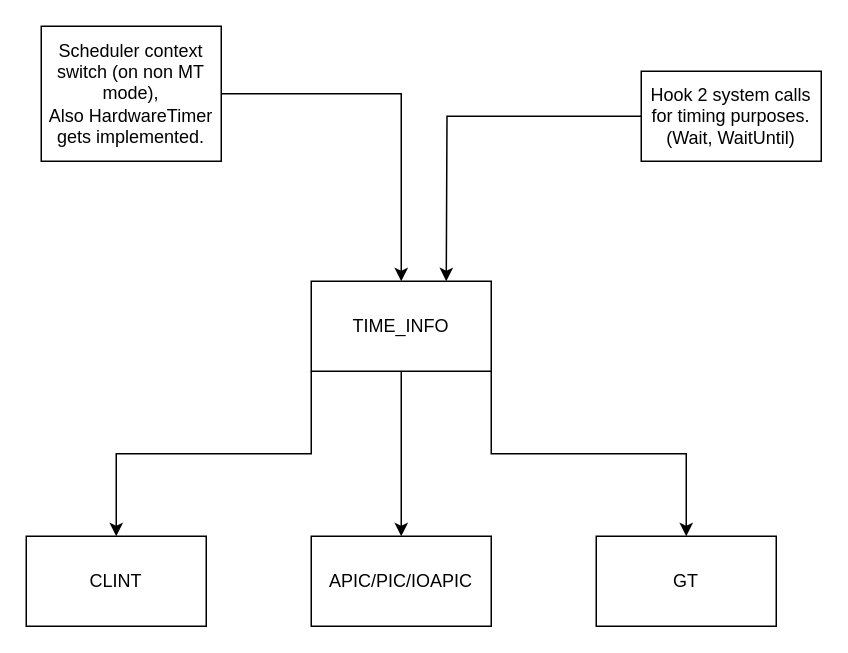
Above: doc/OS-Timer-Architecture.drawio in nekernel-org/nekernel (draw.io), before the change. Source tidied: cells renumbered, new cells numbered last; positions are measured from the earlier drawing's top-left corner, leaving out a move shared by most shapes. Both pictures are drawn from the tidied source at 150%, with x=0, y=0 at pixel (26, 26).
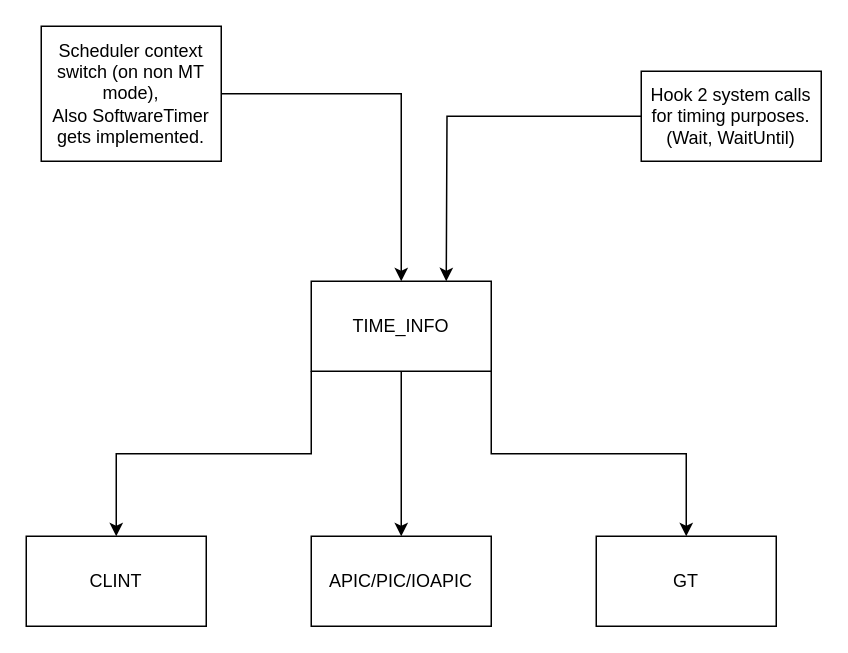
After the change.

The edit, as a diff of the source:
```diff
@@
 <mxGraphModel>
   <root>
     <mxCell id="0" />
     <mxCell id="1" parent="0" />
     <mxCell id="2" style="edgeStyle=orthogonalEdgeStyle;rounded=0;jettySize=auto;html=1;exitX=0.5;exitY=1;exitDx=0;exitDy=0;entryX=0.5;entryY=0;entryDx=0;entryDy=0;" parent="1" edge="1" source="5" target="6">
       <mxGeometry relative="1" as="geometry" />
     </mxCell>
     <mxCell id="3" style="edgeStyle=orthogonalEdgeStyle;rounded=0;jettySize=auto;html=1;exitX=1;exitY=1;exitDx=0;exitDy=0;entryX=0.5;entryY=0;entryDx=0;entryDy=0;" parent="1" edge="1" source="5" target="7">
       <mxGeometry relative="1" as="geometry" />
     </mxCell>
     <mxCell id="4" style="edgeStyle=orthogonalEdgeStyle;rounded=0;jettySize=auto;html=1;exitX=0;exitY=1;exitDx=0;exitDy=0;entryX=0.5;entryY=0;entryDx=0;entryDy=0;" parent="1" edge="1" source="5" target="8">
       <mxGeometry relative="1" as="geometry" />
     </mxCell>
     <mxCell id="5" value="TIME_INFO" style="rounded=0;whiteSpace=wrap;html=1;" parent="1" vertex="1">
       <mxGeometry x="190" y="170" width="120" height="60" as="geometry" />
     </mxCell>
     <mxCell id="6" value="APIC/PIC/IOAPIC" style="rounded=0;whiteSpace=wrap;html=1;" parent="1" vertex="1">
       <mxGeometry x="190" y="340" width="120" height="60" as="geometry" />
     </mxCell>
     <mxCell id="7" value="GT" style="rounded=0;whiteSpace=wrap;html=1;" parent="1" vertex="1">
       <mxGeometry x="380" y="340" width="120" height="60" as="geometry" />
     </mxCell>
     <mxCell id="8" value="CLINT" style="rounded=0;whiteSpace=wrap;html=1;" parent="1" vertex="1">
       <mxGeometry y="340" width="120" height="60" as="geometry" />
     </mxCell>
     <mxCell id="9" style="edgeStyle=orthogonalEdgeStyle;rounded=0;jettySize=auto;html=1;entryX=0.5;entryY=0;entryDx=0;entryDy=0;" parent="1" edge="1" source="10" target="5">
       <mxGeometry relative="1" as="geometry" />
     </mxCell>
-    <mxCell id="10" value="Scheduler context switch (on non MT mode),&lt;br&gt;Also HardwareTimer gets implemented." style="rounded=0;whiteSpace=wrap;html=1;" parent="1" vertex="1">
+    <mxCell id="10" value="Scheduler context switch (on non MT mode),&lt;br&gt;Also SoftwareTimer gets implemented." style="rounded=0;whiteSpace=wrap;html=1;" parent="1" vertex="1">
       <mxGeometry x="10" width="120" height="90" as="geometry" />
     </mxCell>
     <mxCell id="11" style="edgeStyle=orthogonalEdgeStyle;rounded=0;jettySize=auto;html=1;entryX=1;entryY=0;entryDx=0;entryDy=0;exitX=0;exitY=0.5;exitDx=0;exitDy=0;" parent="1" edge="1" source="12">
       <mxGeometry relative="1" as="geometry">
         <mxPoint x="280" y="170" as="targetPoint" />
       </mxGeometry>
     </mxCell>
     <mxCell id="12" value="Hook 2 system calls for timing purposes.&lt;br&gt;(Wait, WaitUntil)" style="rounded=0;whiteSpace=wrap;html=1;" parent="1" vertex="1">
       <mxGeometry x="410" y="30" width="120" height="60" as="geometry" />
     </mxCell>
   </root>
 </mxGraphModel>
```
